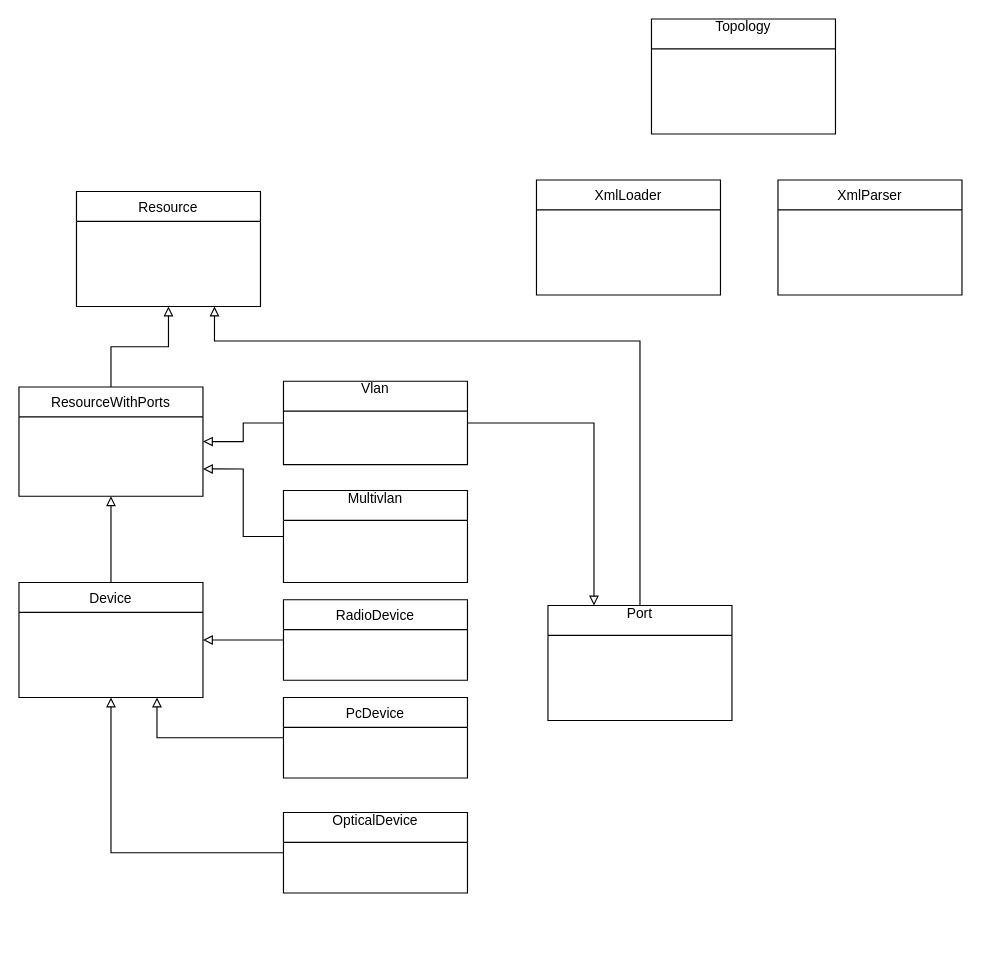
The draw.io diagram Untitled Diagram.drawio in michalskibinski109/blockchain, before the edit. Source tidied: cells renumbered, new cells numbered last; positions are measured from the earlier drawing's top-left corner, leaving out a move shared by most shapes. Both pictures are drawn from the tidied source at 115%, with x=0, y=0 at pixel (18, 18).
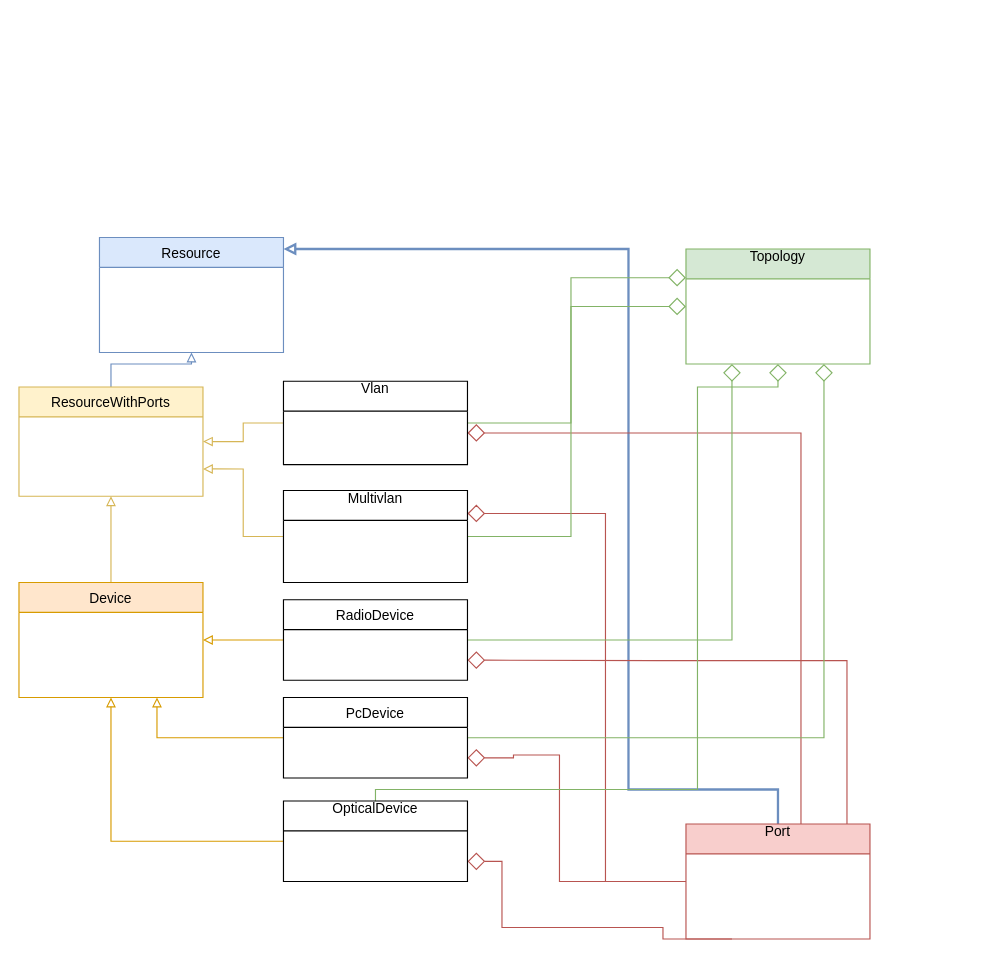
The same diagram, later.

Commit message:
topology diagram

Unchanged cells that the change refers to:
```xml
<mxCell id="14" value="Vlan&#10;" style="swimlane;fontStyle=0;horizontal=1;startSize=26;fillColor=none;" parent="1" vertex="1">
  <mxGeometry x="230" y="315" width="160" height="72.5" as="geometry" />
</mxCell>
<mxCell id="20" value="PcDevice" style="swimlane;fontStyle=0;horizontal=1;startSize=26;fillColor=none;" parent="1" vertex="1">
  <mxGeometry x="230" y="590" width="160" height="70" as="geometry" />
</mxCell>
<mxCell id="22" value="RadioDevice" style="swimlane;fontStyle=0;horizontal=1;startSize=26;fillColor=none;" parent="1" vertex="1">
  <mxGeometry x="230" y="505" width="160" height="70" as="geometry" />
</mxCell>
```

What changed in the source:
```diff
@@
-    <mxCell id="2" value="XmlLoader" style="swimlane;fontStyle=0;horizontal=1;startSize=26;fillColor=none;" parent="1" vertex="1">
-      <mxGeometry x="450" y="140" width="160" height="100" as="geometry" />
-    </mxCell>
-    <mxCell id="3" value="Resource" style="swimlane;fontStyle=0;horizontal=1;startSize=26;fillColor=none;" parent="1" vertex="1">
-      <mxGeometry x="50" y="150" width="160" height="100" as="geometry" />
+    <mxCell id="3" value="Resource" style="swimlane;fontStyle=0;horizontal=1;startSize=26;fillColor=#dae8fc;strokeColor=#6c8ebf;" parent="1" vertex="1">
+      <mxGeometry x="70" y="190" width="160" height="100" as="geometry" />
     </mxCell>
-    <mxCell id="4" value="XmlParser" style="swimlane;fontStyle=0;horizontal=1;startSize=26;fillColor=none;" parent="1" vertex="1">
-      <mxGeometry x="660" y="140" width="160" height="100" as="geometry" />
-    </mxCell>
-    <mxCell id="5" style="edgeStyle=orthogonalEdgeStyle;rounded=0;jettySize=auto;html=1;entryX=0.5;entryY=1;entryDx=0;entryDy=0;endArrow=block;endFill=0;" parent="1" edge="1" source="6" target="3">
+    <mxCell id="5" style="edgeStyle=orthogonalEdgeStyle;rounded=0;jettySize=auto;html=1;entryX=0.5;entryY=1;entryDx=0;entryDy=0;endArrow=block;endFill=0;fillColor=#dae8fc;strokeColor=#6c8ebf;" parent="1" edge="1" source="6" target="3">
       <mxGeometry relative="1" as="geometry" />
     </mxCell>
-    <mxCell id="6" value="ResourceWithPorts" style="swimlane;fontStyle=0;horizontal=1;startSize=26;fillColor=none;" parent="1" vertex="1">
+    <mxCell id="6" value="ResourceWithPorts" style="swimlane;fontStyle=0;horizontal=1;startSize=26;fillColor=#fff2cc;strokeColor=#d6b656;" parent="1" vertex="1">
       <mxGeometry y="320" width="160" height="95" as="geometry" />
     </mxCell>
-    <mxCell id="7" style="edgeStyle=orthogonalEdgeStyle;rounded=0;jettySize=auto;html=1;entryX=0.5;entryY=1;entryDx=0;entryDy=0;endArrow=block;endFill=0;" parent="1" edge="1" source="8" target="6">
+    <mxCell id="7" style="edgeStyle=orthogonalEdgeStyle;rounded=0;jettySize=auto;html=1;entryX=0.5;entryY=1;entryDx=0;entryDy=0;endArrow=block;endFill=0;fillColor=#fff2cc;strokeColor=#d6b656;" parent="1" edge="1" source="8" target="6">
       <mxGeometry relative="1" as="geometry" />
     </mxCell>
-    <mxCell id="8" value="Device" style="swimlane;fontStyle=0;horizontal=1;startSize=26;fillColor=none;" parent="1" vertex="1">
+    <mxCell id="8" value="Device" style="swimlane;fontStyle=0;horizontal=1;startSize=26;fillColor=#ffe6cc;strokeColor=#d79b00;" parent="1" vertex="1">
       <mxGeometry y="490" width="160" height="100" as="geometry" />
     </mxCell>
-    <mxCell id="9" value="Topology&#10;" style="swimlane;fontStyle=0;horizontal=1;startSize=26;fillColor=none;" parent="1" vertex="1">
-      <mxGeometry x="550" width="160" height="100" as="geometry" />
+    <mxCell id="9" value="Topology&#10;" style="swimlane;fontStyle=0;horizontal=1;startSize=26;fillColor=#d5e8d4;strokeColor=#82b366;" parent="1" vertex="1">
+      <mxGeometry x="580" y="200" width="160" height="100" as="geometry" />
     </mxCell>
-    <mxCell id="10" style="edgeStyle=orthogonalEdgeStyle;rounded=0;jettySize=auto;html=1;exitX=0.5;exitY=0;exitDx=0;exitDy=0;entryX=0.75;entryY=1;entryDx=0;entryDy=0;endArrow=block;endFill=0;" parent="1" edge="1" source="11" target="3">
+    <mxCell id="10" style="edgeStyle=orthogonalEdgeStyle;rounded=0;jettySize=auto;html=1;exitX=0.5;exitY=0;exitDx=0;exitDy=0;endArrow=block;endFill=0;fillColor=#dae8fc;strokeColor=#6c8ebf;strokeWidth=2;" parent="1" edge="1" source="11">
       <mxGeometry relative="1" as="geometry">
+        <mxPoint x="230" y="200" as="targetPoint" />
         <Array as="points">
-          <mxPoint x="540" y="280" />
-          <mxPoint x="170" y="280" />
+          <mxPoint x="530" y="670" />
+          <mxPoint x="530" y="200" />
         </Array>
       </mxGeometry>
     </mxCell>
+    <mxCell id="23" style="edgeStyle=orthogonalEdgeStyle;rounded=0;jettySize=auto;html=1;endArrow=diamond;endFill=0;endSize=13;fillColor=#f8cecc;strokeColor=#b85450;" parent="1" edge="1" source="11">
+      <mxGeometry relative="1" as="geometry">
+        <mxPoint x="390" y="360" as="targetPoint" />
+        <Array as="points">
+          <mxPoint x="680" y="360" />
+        </Array>
+      </mxGeometry>
+    </mxCell>
+    <mxCell id="24" style="edgeStyle=orthogonalEdgeStyle;rounded=0;jettySize=auto;html=1;entryX=1;entryY=0.25;entryDx=0;entryDy=0;endArrow=diamond;endFill=0;endSize=13;fillColor=#f8cecc;strokeColor=#b85450;" parent="1" edge="1" source="11" target="16">
+      <mxGeometry relative="1" as="geometry">
+        <Array as="points">
+          <mxPoint x="510" y="750" />
+          <mxPoint x="510" y="430" />
+        </Array>
+      </mxGeometry>
+    </mxCell>
+    <mxCell id="25" style="edgeStyle=orthogonalEdgeStyle;rounded=0;jettySize=auto;html=1;entryX=1;entryY=0.75;entryDx=0;entryDy=0;endArrow=diamond;endFill=0;endSize=13;fillColor=#f8cecc;strokeColor=#b85450;" parent="1" edge="1" source="11" target="20">
+      <mxGeometry relative="1" as="geometry">
+        <Array as="points">
+          <mxPoint x="470" y="750" />
+          <mxPoint x="470" y="640" />
+          <mxPoint x="430" y="640" />
+          <mxPoint x="430" y="643" />
+        </Array>
+      </mxGeometry>
+    </mxCell>
+    <mxCell id="26" style="edgeStyle=orthogonalEdgeStyle;rounded=0;jettySize=auto;html=1;entryX=1;entryY=0.75;entryDx=0;entryDy=0;endArrow=diamond;endFill=0;endSize=13;exitX=0.25;exitY=1;exitDx=0;exitDy=0;fillColor=#f8cecc;strokeColor=#b85450;" parent="1" edge="1" source="11" target="18">
+      <mxGeometry relative="1" as="geometry">
+        <Array as="points">
+          <mxPoint x="560" y="800" />
+          <mxPoint x="560" y="790" />
+          <mxPoint x="420" y="790" />
+          <mxPoint x="420" y="733" />
+        </Array>
+      </mxGeometry>
+    </mxCell>
+    <mxCell id="27" style="edgeStyle=orthogonalEdgeStyle;rounded=0;jettySize=auto;html=1;entryX=1;entryY=0.75;entryDx=0;entryDy=0;endArrow=diamond;endFill=0;endSize=13;fillColor=#f8cecc;strokeColor=#b85450;" parent="1" edge="1" source="11" target="22">
+      <mxGeometry relative="1" as="geometry">
+        <Array as="points">
+          <mxPoint x="720" y="558" />
+          <mxPoint x="555" y="558" />
+        </Array>
+      </mxGeometry>
+    </mxCell>
-    <mxCell id="11" value="Port&#10;" style="swimlane;fontStyle=0;horizontal=1;startSize=26;fillColor=none;" parent="1" vertex="1">
-      <mxGeometry x="460" y="510" width="160" height="100" as="geometry" />
+    <mxCell id="11" value="Port&#10;" style="swimlane;fontStyle=0;horizontal=1;startSize=26;fillColor=#f8cecc;strokeColor=#b85450;" parent="1" vertex="1">
+      <mxGeometry x="580" y="700" width="160" height="100" as="geometry" />
     </mxCell>
-    <mxCell id="12" style="edgeStyle=orthogonalEdgeStyle;rounded=0;jettySize=auto;html=1;entryX=1;entryY=0.5;entryDx=0;entryDy=0;endArrow=block;endFill=0;" parent="1" edge="1" source="14" target="6">
+    <mxCell id="12" style="edgeStyle=orthogonalEdgeStyle;rounded=0;jettySize=auto;html=1;entryX=1;entryY=0.5;entryDx=0;entryDy=0;endArrow=block;endFill=0;fillColor=#fff2cc;strokeColor=#d6b656;" parent="1" edge="1" source="14" target="6">
       <mxGeometry relative="1" as="geometry" />
     </mxCell>
-    <mxCell id="13" style="edgeStyle=orthogonalEdgeStyle;rounded=0;jettySize=auto;html=1;endArrow=block;endFill=0;entryX=0.25;entryY=0;entryDx=0;entryDy=0;" parent="1" edge="1" source="14" target="11">
-      <mxGeometry relative="1" as="geometry" />
-    </mxCell>
+    <mxCell id="28" style="edgeStyle=orthogonalEdgeStyle;rounded=0;jettySize=auto;html=1;entryX=0;entryY=0.25;entryDx=0;entryDy=0;endArrow=diamond;endFill=0;endSize=13;fillColor=#d5e8d4;strokeColor=#82b366;" parent="1" edge="1" source="14" target="9">
+      <mxGeometry relative="1" as="geometry" />
+    </mxCell>
@@
-    <mxCell id="15" style="edgeStyle=orthogonalEdgeStyle;rounded=0;jettySize=auto;html=1;entryX=1;entryY=0.75;entryDx=0;entryDy=0;endArrow=block;endFill=0;" parent="1" edge="1" source="16" target="6">
+    <mxCell id="15" style="edgeStyle=orthogonalEdgeStyle;rounded=0;jettySize=auto;html=1;entryX=1;entryY=0.75;entryDx=0;entryDy=0;endArrow=block;endFill=0;fillColor=#fff2cc;strokeColor=#d6b656;" parent="1" edge="1" source="16" target="6">
       <mxGeometry relative="1" as="geometry" />
     </mxCell>
-    <mxCell id="16" value="Multivlan&#10;" style="swimlane;fontStyle=0;horizontal=1;startSize=26;fillColor=none;" parent="1" vertex="1">
-      <mxGeometry x="230" y="410" width="160" height="80" as="geometry" />
-    </mxCell>
-    <mxCell id="17" style="edgeStyle=orthogonalEdgeStyle;rounded=0;jettySize=auto;html=1;entryX=0.5;entryY=1;entryDx=0;entryDy=0;endArrow=block;endFill=0;" parent="1" edge="1" source="18" target="8">
+    <mxCell id="17" style="edgeStyle=orthogonalEdgeStyle;rounded=0;jettySize=auto;html=1;entryX=0.5;entryY=1;entryDx=0;entryDy=0;endArrow=block;endFill=0;fillColor=#ffe6cc;strokeColor=#d79b00;" parent="1" edge="1" source="18" target="8">
       <mxGeometry relative="1" as="geometry" />
     </mxCell>
+    <mxCell id="29" style="edgeStyle=orthogonalEdgeStyle;rounded=0;jettySize=auto;html=1;entryX=0.5;entryY=1;entryDx=0;entryDy=0;endArrow=diamond;endFill=0;endSize=13;fillColor=#d5e8d4;strokeColor=#82b366;" parent="1" edge="1" source="18" target="9">
+      <mxGeometry relative="1" as="geometry">
+        <Array as="points">
+          <mxPoint x="310" y="670" />
+          <mxPoint x="590" y="670" />
+          <mxPoint x="590" y="320" />
+          <mxPoint x="660" y="320" />
+        </Array>
+      </mxGeometry>
+    </mxCell>
     <mxCell id="18" value="OpticalDevice&#10;" style="swimlane;fontStyle=0;horizontal=1;startSize=26;fillColor=none;" parent="1" vertex="1">
-      <mxGeometry x="230" y="690" width="160" height="70" as="geometry" />
+      <mxGeometry x="230" y="680" width="160" height="70" as="geometry" />
     </mxCell>
-    <mxCell id="19" style="edgeStyle=orthogonalEdgeStyle;rounded=0;jettySize=auto;html=1;entryX=0.75;entryY=1;entryDx=0;entryDy=0;endArrow=block;endFill=0;" parent="1" edge="1" source="20" target="8">
+    <mxCell id="19" style="edgeStyle=orthogonalEdgeStyle;rounded=0;jettySize=auto;html=1;entryX=0.75;entryY=1;entryDx=0;entryDy=0;endArrow=block;endFill=0;fillColor=#ffe6cc;strokeColor=#d79b00;" parent="1" edge="1" source="20" target="8">
       <mxGeometry relative="1" as="geometry" />
     </mxCell>
+    <mxCell id="30" style="edgeStyle=orthogonalEdgeStyle;rounded=0;jettySize=auto;html=1;entryX=0.75;entryY=1;entryDx=0;entryDy=0;endArrow=diamond;endFill=0;endSize=13;fillColor=#d5e8d4;strokeColor=#82b366;" parent="1" edge="1" source="20" target="9">
+      <mxGeometry relative="1" as="geometry" />
+    </mxCell>
@@
-    <mxCell id="21" style="edgeStyle=orthogonalEdgeStyle;rounded=0;jettySize=auto;html=1;entryX=1;entryY=0.5;entryDx=0;entryDy=0;endArrow=block;endFill=0;" parent="1" edge="1" source="22" target="8">
+    <mxCell id="21" style="edgeStyle=orthogonalEdgeStyle;rounded=0;jettySize=auto;html=1;entryX=1;entryY=0.5;entryDx=0;entryDy=0;endArrow=block;endFill=0;fillColor=#ffe6cc;strokeColor=#d79b00;" parent="1" edge="1" source="22" target="8">
       <mxGeometry relative="1" as="geometry" />
     </mxCell>
+    <mxCell id="31" style="edgeStyle=orthogonalEdgeStyle;rounded=0;jettySize=auto;html=1;entryX=0.25;entryY=1;entryDx=0;entryDy=0;endArrow=diamond;endFill=0;endSize=13;fillColor=#d5e8d4;strokeColor=#82b366;" parent="1" edge="1" source="22" target="9">
+      <mxGeometry relative="1" as="geometry" />
+    </mxCell>
@@
+    <mxCell id="32" style="edgeStyle=orthogonalEdgeStyle;rounded=0;jettySize=auto;html=1;endArrow=diamond;endFill=0;endSize=13;entryX=0;entryY=0.5;entryDx=0;entryDy=0;fillColor=#d5e8d4;strokeColor=#82b366;" parent="1" edge="1" source="16" target="9">
+      <mxGeometry relative="1" as="geometry" />
+    </mxCell>
+    <mxCell id="16" value="Multivlan&#10;" style="swimlane;fontStyle=0;horizontal=1;startSize=26;fillColor=none;" parent="1" vertex="1">
+      <mxGeometry x="230" y="410" width="160" height="80" as="geometry" />
+    </mxCell>
```
